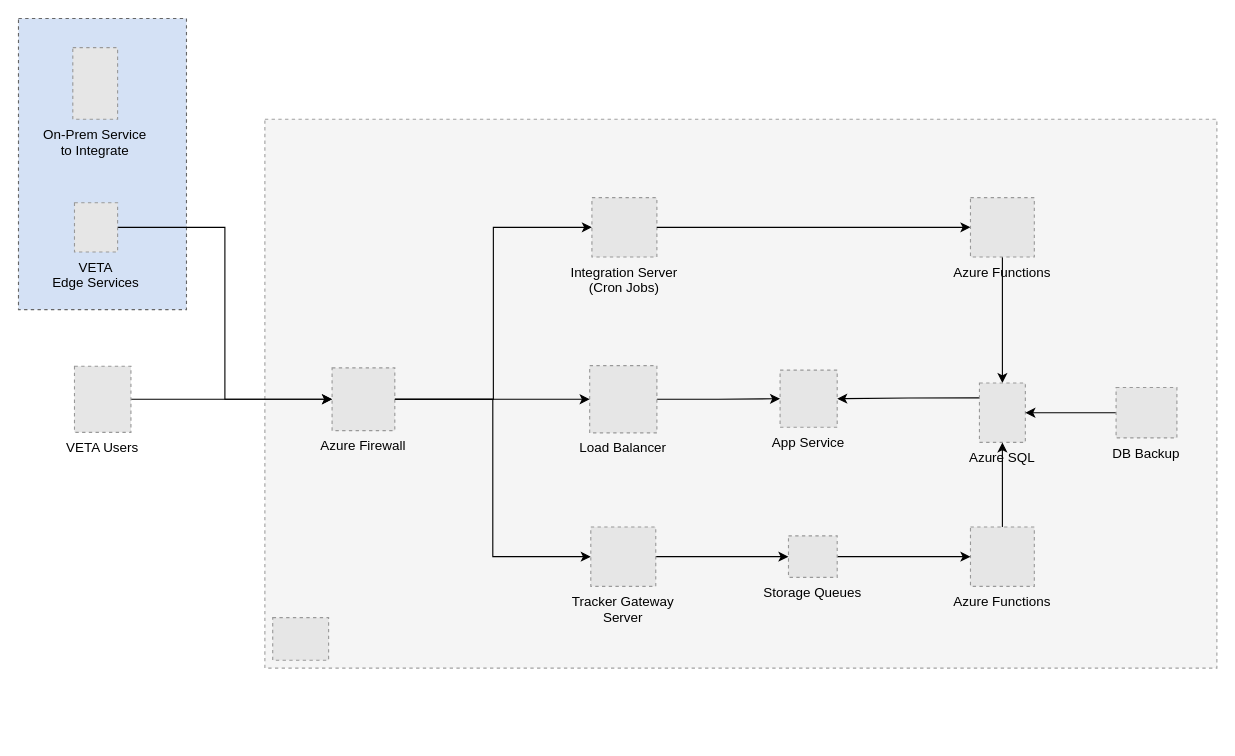
The draw.io diagram Azure02.drawio in hbragib/testrepo, before the edit. Source tidied: cells renumbered, new cells numbered last; positions are measured from the earlier drawing's top-left corner, leaving out a move shared by most shapes. Both pictures are drawn from the tidied source at 112%, with x=0, y=0 at pixel (18, 18). Pictures stored in the file or linked from it are replaced by grey dashed boxes.
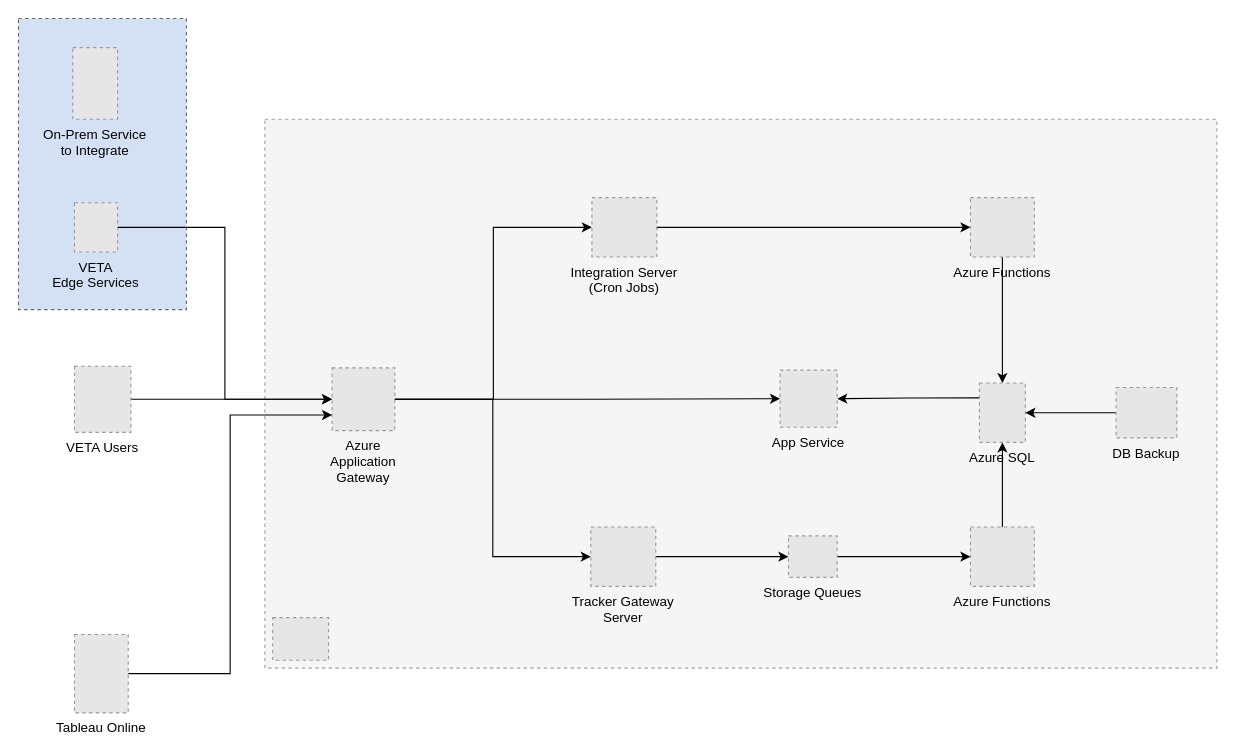
Above is the later version.

The change refers to these unchanged cells:
```xml
<mxCell id="6" value="App Service&#10;" style="fillColor=#E6E6E6;strokeColor=#999999;dashed=1;verticalLabelPosition=bottom;labelBackgroundColor=none;verticalAlign=top;" parent="1" vertex="1">
  <mxGeometry x="680" y="314" width="51" height="51" as="geometry" />
</mxCell>
```

The edit, as a diff of the source:
```diff
@@
-    <mxCell id="4" style="edgeStyle=orthogonalEdgeStyle;rounded=0;jettySize=auto;html=1;exitX=1;exitY=0.5;exitDx=0;exitDy=0;entryX=0;entryY=0.5;entryDx=0;entryDy=0;" parent="1" edge="1" source="5" target="6">
-      <mxGeometry relative="1" as="geometry" />
-    </mxCell>
-    <mxCell id="5" value="Load Balancer" style="fillColor=#E6E6E6;strokeColor=#999999;dashed=1;verticalLabelPosition=bottom;labelBackgroundColor=none;verticalAlign=top;" parent="1" vertex="1">
-      <mxGeometry x="510" y="310" width="60" height="60" as="geometry" />
-    </mxCell>
@@
-    <mxCell id="9" style="edgeStyle=orthogonalEdgeStyle;rounded=0;jettySize=auto;html=1;exitX=1;exitY=0.5;exitDx=0;exitDy=0;entryX=0;entryY=0.5;entryDx=0;entryDy=0;" parent="1" edge="1" source="11" target="5">
+    <mxCell id="9" style="edgeStyle=orthogonalEdgeStyle;rounded=0;jettySize=auto;html=1;exitX=1;exitY=0.5;exitDx=0;exitDy=0;entryX=0;entryY=0.5;entryDx=0;entryDy=0;" parent="1" edge="1" source="11" target="6">
       <mxGeometry relative="1" as="geometry" />
     </mxCell>
@@
-    <mxCell id="11" value="Azure Firewall" style="fillColor=#E6E6E6;strokeColor=#999999;dashed=1;verticalLabelPosition=bottom;labelBackgroundColor=none;verticalAlign=top;" parent="1" vertex="1">
+    <mxCell id="11" value="Azure &#10;Application &#10;Gateway" style="fillColor=#E6E6E6;strokeColor=#999999;dashed=1;verticalLabelPosition=bottom;labelBackgroundColor=none;verticalAlign=top;" parent="1" vertex="1">
       <mxGeometry x="280" y="312" width="56" height="56" as="geometry" />
     </mxCell>
@@
+    <mxCell id="31" style="edgeStyle=orthogonalEdgeStyle;rounded=0;jettySize=auto;html=1;entryX=0;entryY=0.75;entryDx=0;entryDy=0;startArrow=none;startFill=0;endArrow=classic;endFill=1;" parent="1" edge="1" source="32" target="11">
+      <mxGeometry relative="1" as="geometry" />
+    </mxCell>
+    <mxCell id="32" value="Tableau Online" style="fillColor=#E6E6E6;strokeColor=#999999;dashed=1;verticalLabelPosition=bottom;labelBackgroundColor=#ffffff;verticalAlign=top;" parent="1" vertex="1">
+      <mxGeometry x="50" y="550" width="48" height="70" as="geometry" />
+    </mxCell>
```
